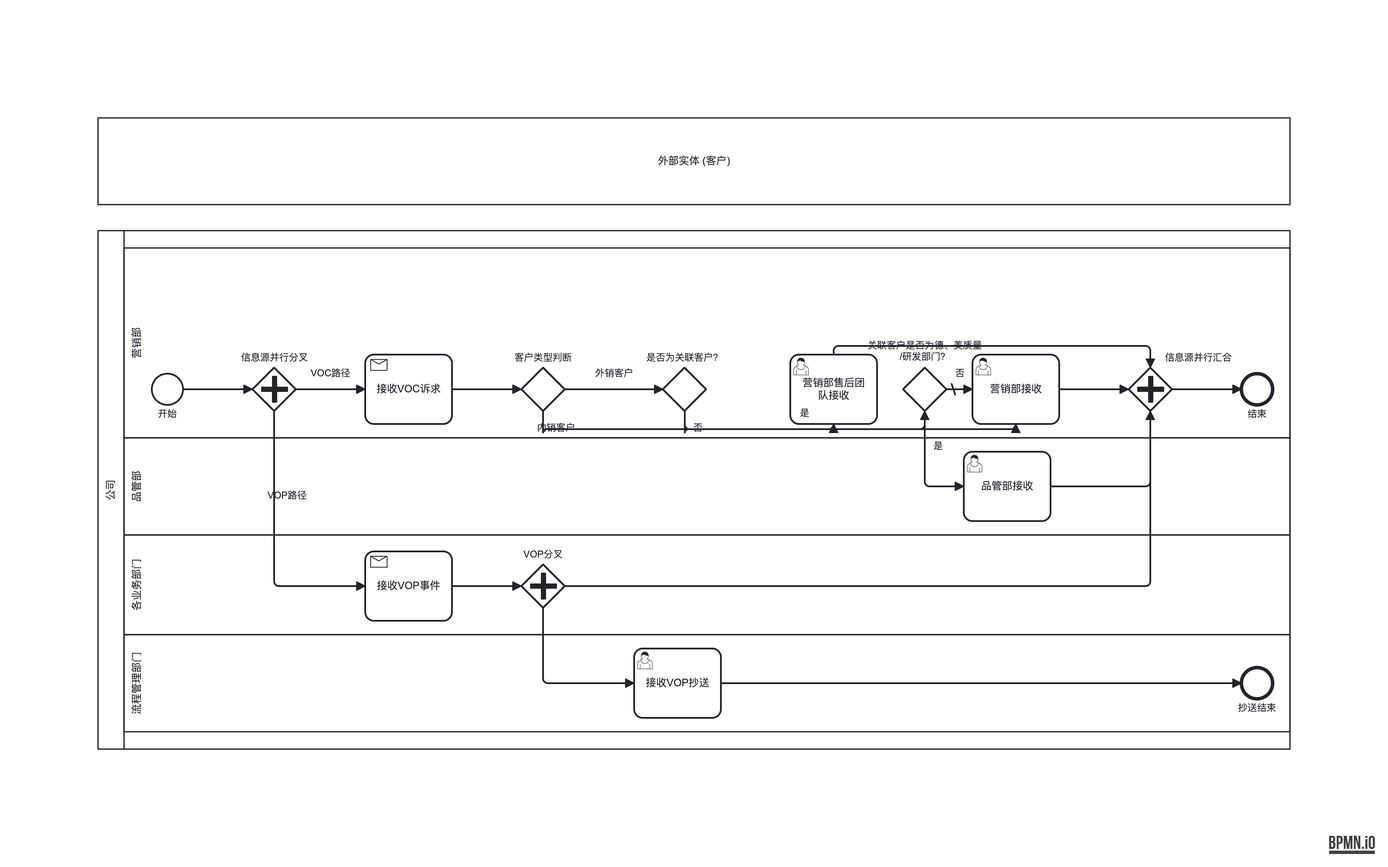
Earlier version of the BPMN export out-bpmn-png/36-voc-vop-capture-process.png (LcpMarvel/tramito-layout). Its source is kept beside it as out-xml/36-voc-vop-capture-process.bpmn. Ids are renumbered.
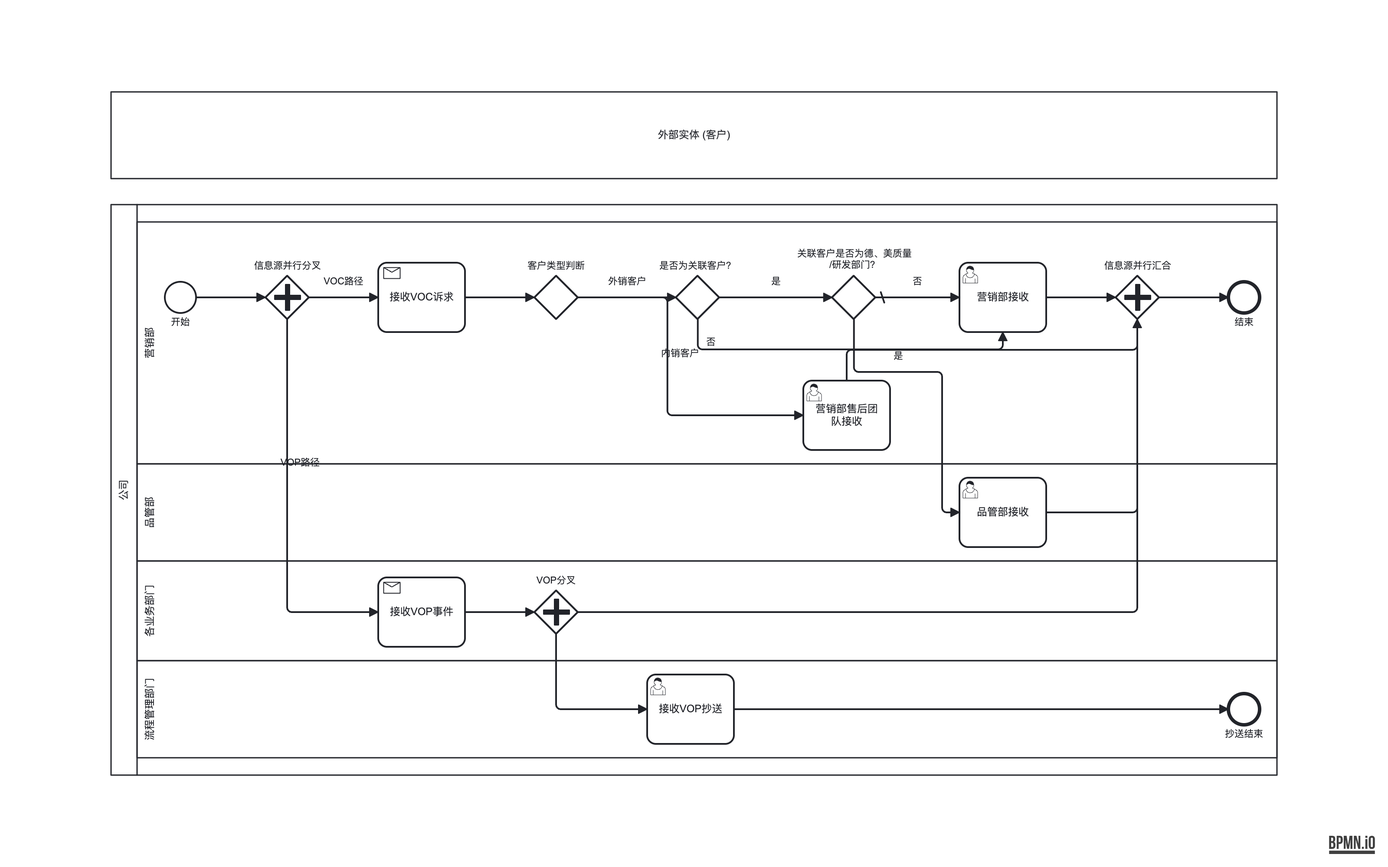
The same file after the commit.

The edit, as a diff of the source:
```diff
@@ -128,184 +128,183 @@
   <bpmndi:BPMNDiagram id="BPMNDiagram_definitions_d158aff1-1f2d-4617-b1e6-3646a07e52ee" name="BPMNDiagram">
     <bpmndi:BPMNPlane id="BPMNPlane_definitions_d158aff1-1f2d-4617-b1e6-3646a07e52ee" bpmnElement="collaboration_voc_vop">
       <bpmndi:BPMNShape id="collaboration_voc_vop_di" bpmnElement="collaboration_voc_vop">
-        <dc:Bounds x="0" y="0" width="1374" height="728" />
+        <dc:Bounds x="0" y="0" width="1344" height="788" />
       </bpmndi:BPMNShape>
       <bpmndi:BPMNShape id="pool_external_di" bpmnElement="pool_external" isHorizontal="true">
-        <dc:Bounds x="0" y="0" width="1374" height="100" />
+        <dc:Bounds x="0" y="0" width="1344" height="100" />
       </bpmndi:BPMNShape>
       <bpmndi:BPMNShape id="pool_company_di" bpmnElement="pool_company" isHorizontal="true">
-        <dc:Bounds x="0" y="130" width="1374" height="598" />
+        <dc:Bounds x="0" y="130" width="1344" height="658" />
       </bpmndi:BPMNShape>
       <bpmndi:BPMNShape id="lane_marketing_di" bpmnElement="lane_marketing" isHorizontal="true">
-        <dc:Bounds x="30" y="150" width="1344" height="219" />
+        <dc:Bounds x="30" y="150" width="1314" height="279" />
       </bpmndi:BPMNShape>
       <bpmndi:BPMNShape id="start_1_di" bpmnElement="start_1">
-        <dc:Bounds x="62" y="295" width="36" height="36" />
+        <dc:Bounds x="62" y="219" width="36" height="36" />
         <bpmndi:BPMNLabel>
-          <dc:Bounds x="30" y="335" width="100" height="14" />
+          <dc:Bounds x="30" y="259" width="100" height="14" />
         </bpmndi:BPMNLabel>
       </bpmndi:BPMNShape>
       <bpmndi:BPMNShape id="gateway_parallel_fork_di" bpmnElement="gateway_parallel_fork">
-        <dc:Bounds x="178" y="288" width="50" height="50" />
+        <dc:Bounds x="178" y="212" width="50" height="50" />
         <bpmndi:BPMNLabel>
-          <dc:Bounds x="154" y="270" width="98" height="14" />
+          <dc:Bounds x="154" y="194" width="98" height="14" />
         </bpmndi:BPMNLabel>
       </bpmndi:BPMNShape>
       <bpmndi:BPMNShape id="task_receive_voc_di" bpmnElement="task_receive_voc">
-        <dc:Bounds x="308" y="273" width="100" height="80" />
+        <dc:Bounds x="308" y="197" width="100" height="80" />
       </bpmndi:BPMNShape>
       <bpmndi:BPMNShape id="gateway_customer_type_di" bpmnElement="gateway_customer_type">
-        <dc:Bounds x="488" y="288" width="50" height="50" />
+        <dc:Bounds x="488" y="212" width="50" height="50" />
         <bpmndi:BPMNLabel>
-          <dc:Bounds x="471" y="270" width="84" height="14" />
+          <dc:Bounds x="471" y="194" width="84" height="14" />
         </bpmndi:BPMNLabel>
       </bpmndi:BPMNShape>
       <bpmndi:BPMNShape id="gateway_related_di" bpmnElement="gateway_related">
-        <dc:Bounds x="651.3333333333334" y="288" width="50" height="50" />
+        <dc:Bounds x="651.3333333333334" y="212" width="50" height="50" />
         <bpmndi:BPMNLabel>
-          <dc:Bounds x="620.3333333333334" y="270" width="112" height="14" />
+          <dc:Bounds x="620.3333333333334" y="194" width="112" height="14" />
         </bpmndi:BPMNLabel>
       </bpmndi:BPMNShape>
       <bpmndi:BPMNShape id="gateway_department_di" bpmnElement="gateway_department">
-        <dc:Bounds x="928" y="288" width="50" height="50" />
+        <dc:Bounds x="831.3333333333334" y="212" width="50" height="50" />
         <bpmndi:BPMNLabel>
-          <dc:Bounds x="878" y="256" width="150" height="28" />
+          <dc:Bounds x="781.3333333333334" y="180" width="150" height="28" />
         </bpmndi:BPMNLabel>
       </bpmndi:BPMNShape>
       <bpmndi:BPMNShape id="task_marketing_after_sales_di" bpmnElement="task_marketing_after_sales">
-        <dc:Bounds x="798" y="273" width="100" height="80" />
+        <dc:Bounds x="798" y="333" width="100" height="80" />
       </bpmndi:BPMNShape>
       <bpmndi:BPMNShape id="task_marketing_receive_di" bpmnElement="task_marketing_receive">
-        <dc:Bounds x="1008" y="273" width="100" height="80" />
+        <dc:Bounds x="978" y="197" width="100" height="80" />
       </bpmndi:BPMNShape>
       <bpmndi:BPMNShape id="gateway_parallel_join_di" bpmnElement="gateway_parallel_join">
-        <dc:Bounds x="1188" y="288" width="50" height="50" />
+        <dc:Bounds x="1158" y="212" width="50" height="50" />
         <bpmndi:BPMNLabel>
-          <dc:Bounds x="1219" y="270" width="98" height="14" />
+          <dc:Bounds x="1134" y="194" width="98" height="14" />
         </bpmndi:BPMNLabel>
       </bpmndi:BPMNShape>
       <bpmndi:BPMNShape id="end_1_di" bpmnElement="end_1">
-        <dc:Bounds x="1318" y="295" width="36" height="36" />
+        <dc:Bounds x="1288" y="219" width="36" height="36" />
         <bpmndi:BPMNLabel>
-          <dc:Bounds x="1286" y="335" width="100" height="14" />
+          <dc:Bounds x="1256" y="259" width="100" height="14" />
         </bpmndi:BPMNLabel>
       </bpmndi:BPMNShape>
       <bpmndi:BPMNShape id="lane_quality_di" bpmnElement="lane_quality" isHorizontal="true">
-        <dc:Bounds x="30" y="369" width="1344" height="112" />
+        <dc:Bounds x="30" y="429" width="1314" height="112" />
       </bpmndi:BPMNShape>
       <bpmndi:BPMNShape id="task_quality_receive_di" bpmnElement="task_quality_receive">
-        <dc:Bounds x="998" y="385" width="100" height="80" />
+        <dc:Bounds x="978" y="445" width="100" height="80" />
       </bpmndi:BPMNShape>
       <bpmndi:BPMNShape id="lane_business_depts_di" bpmnElement="lane_business_depts" isHorizontal="true">
-        <dc:Bounds x="30" y="481" width="1344" height="115" />
+        <dc:Bounds x="30" y="541" width="1314" height="115" />
       </bpmndi:BPMNShape>
       <bpmndi:BPMNShape id="task_receive_vop_di" bpmnElement="task_receive_vop">
-        <dc:Bounds x="308" y="500" width="100" height="80" />
+        <dc:Bounds x="308" y="560" width="100" height="80" />
       </bpmndi:BPMNShape>
       <bpmndi:BPMNShape id="gateway_vop_fork_di" bpmnElement="gateway_vop_fork">
-        <dc:Bounds x="488" y="515" width="50" height="50" />
+        <dc:Bounds x="488" y="575" width="50" height="50" />
         <bpmndi:BPMNLabel>
-          <dc:Bounds x="488.5" y="497" width="49" height="14" />
+          <dc:Bounds x="488.5" y="557" width="49" height="14" />
         </bpmndi:BPMNLabel>
       </bpmndi:BPMNShape>
       <bpmndi:BPMNShape id="lane_process_mgmt_di" bpmnElement="lane_process_mgmt" isHorizontal="true">
-        <dc:Bounds x="30" y="596" width="1344" height="112" />
+        <dc:Bounds x="30" y="656" width="1314" height="112" />
       </bpmndi:BPMNShape>
       <bpmndi:BPMNShape id="task_vop_copy_di" bpmnElement="task_vop_copy">
-        <dc:Bounds x="618" y="612" width="100" height="80" />
+        <dc:Bounds x="618" y="672" width="100" height="80" />
       </bpmndi:BPMNShape>
       <bpmndi:BPMNShape id="end_vop_copy_di" bpmnElement="end_vop_copy">
-        <dc:Bounds x="1318" y="634" width="36" height="36" />
+        <dc:Bounds x="1288" y="694" width="36" height="36" />
         <bpmndi:BPMNLabel>
-          <dc:Bounds x="1286" y="674" width="100" height="14" />
+          <dc:Bounds x="1256" y="734" width="100" height="14" />
         </bpmndi:BPMNLabel>
       </bpmndi:BPMNShape>
       <bpmndi:BPMNEdge id="flow_start_to_fork_di" bpmnElement="flow_start_to_fork">
-        <di:waypoint x="98" y="313" />
-        <di:waypoint x="178" y="313" />
+        <di:waypoint x="98" y="237" />
+        <di:waypoint x="178" y="237" />
       </bpmndi:BPMNEdge>
       <bpmndi:BPMNEdge id="flow_fork_to_voc_di" bpmnElement="flow_fork_to_voc">
-        <di:waypoint x="228" y="313" />
-        <di:waypoint x="308" y="313" />
+        <di:waypoint x="228" y="237" />
+        <di:waypoint x="308" y="237" />
       </bpmndi:BPMNEdge>
       <bpmndi:BPMNEdge id="flow_fork_to_vop_di" bpmnElement="flow_fork_to_vop">
-        <di:waypoint x="203" y="338" />
-        <di:waypoint x="203" y="540" />
-        <di:waypoint x="308" y="540" />
+        <di:waypoint x="203" y="262" />
+        <di:waypoint x="203" y="600" />
+        <di:waypoint x="308" y="600" />
       </bpmndi:BPMNEdge>
       <bpmndi:BPMNEdge id="flow_voc_to_customer_type_di" bpmnElement="flow_voc_to_customer_type">
-        <di:waypoint x="408" y="313" />
-        <di:waypoint x="488" y="313" />
+        <di:waypoint x="408" y="237" />
+        <di:waypoint x="488" y="237" />
       </bpmndi:BPMNEdge>
       <bpmndi:BPMNEdge id="flow_customer_type_to_export_di" bpmnElement="flow_customer_type_to_export">
-        <di:waypoint x="538" y="313" />
-        <di:waypoint x="651.3333333333334" y="313" />
+        <di:waypoint x="538" y="237" />
+        <di:waypoint x="651.3333333333334" y="237" />
       </bpmndi:BPMNEdge>
       <bpmndi:BPMNEdge id="flow_customer_type_to_internal_di" bpmnElement="flow_customer_type_to_internal">
-        <di:waypoint x="513" y="338" />
-        <di:waypoint x="513" y="363" />
-        <di:waypoint x="513" y="359" />
-        <di:waypoint x="848" y="359" />
-        <di:waypoint x="848" y="353" />
+        <di:waypoint x="538" y="237" />
+        <di:waypoint x="641.3333333333334" y="237" />
+        <di:waypoint x="641.3333333333334" y="373" />
+        <di:waypoint x="798" y="373" />
       </bpmndi:BPMNEdge>
       <bpmndi:BPMNEdge id="flow_related_to_yes_di" bpmnElement="flow_related_to_yes">
-        <di:waypoint x="676.3333333333334" y="338" />
-        <di:waypoint x="676.3333333333334" y="359" />
-        <di:waypoint x="953" y="359" />
-        <di:waypoint x="953" y="338" />
+        <di:waypoint x="701.3333333333334" y="237" />
+        <di:waypoint x="831.3333333333334" y="237" />
       </bpmndi:BPMNEdge>
       <bpmndi:BPMNEdge id="flow_related_to_no_di" bpmnElement="flow_related_to_no">
-        <di:waypoint x="676.3333333333334" y="338" />
-        <di:waypoint x="676.3333333333334" y="363" />
-        <di:waypoint x="676.3333333333334" y="359" />
-        <di:waypoint x="1058" y="359" />
-        <di:waypoint x="1058" y="353" />
+        <di:waypoint x="676.3333333333334" y="262" />
+        <di:waypoint x="676.3333333333334" y="287" />
+        <di:waypoint x="676.3333333333334" y="297" />
+        <di:waypoint x="1028" y="297" />
+        <di:waypoint x="1028" y="277" />
       </bpmndi:BPMNEdge>
       <bpmndi:BPMNEdge id="flow_department_to_yes_di" bpmnElement="flow_department_to_yes">
-        <di:waypoint x="953" y="338" />
-        <di:waypoint x="953" y="425" />
-        <di:waypoint x="998" y="425" />
+        <di:waypoint x="856.3333333333334" y="262" />
+        <di:waypoint x="856.3333333333334" y="323" />
+        <di:waypoint x="958" y="323" />
+        <di:waypoint x="958" y="485" />
+        <di:waypoint x="978" y="485" />
       </bpmndi:BPMNEdge>
       <bpmndi:BPMNEdge id="flow_department_no_di" bpmnElement="flow_department_no">
-        <di:waypoint x="978" y="313" />
-        <di:waypoint x="1008" y="313" />
+        <di:waypoint x="881.3333333333334" y="237" />
+        <di:waypoint x="978" y="237" />
       </bpmndi:BPMNEdge>
       <bpmndi:BPMNEdge id="flow_internal_to_join_di" bpmnElement="flow_internal_to_join">
-        <di:waypoint x="848" y="273" />
-        <di:waypoint x="848" y="263" />
-        <di:waypoint x="1213" y="263" />
-        <di:waypoint x="1213" y="288" />
+        <di:waypoint x="848" y="333" />
+        <di:waypoint x="848" y="297.5" />
+        <di:waypoint x="1183" y="297.5" />
+        <di:waypoint x="1183" y="262" />
       </bpmndi:BPMNEdge>
       <bpmndi:BPMNEdge id="flow_marketing_to_join_di" bpmnElement="flow_marketing_to_join">
-        <di:waypoint x="1108" y="313" />
-        <di:waypoint x="1188" y="313" />
+        <di:waypoint x="1078" y="237" />
+        <di:waypoint x="1158" y="237" />
       </bpmndi:BPMNEdge>
       <bpmndi:BPMNEdge id="flow_quality_to_join_di" bpmnElement="flow_quality_to_join">
-        <di:waypoint x="1098" y="425" />
-        <di:waypoint x="1213" y="425" />
-        <di:waypoint x="1213" y="338" />
+        <di:waypoint x="1078" y="485" />
+        <di:waypoint x="1183" y="485" />
+        <di:waypoint x="1183" y="262" />
       </bpmndi:BPMNEdge>
       <bpmndi:BPMNEdge id="flow_vop_to_fork_di" bpmnElement="flow_vop_to_fork">
-        <di:waypoint x="408" y="540" />
-        <di:waypoint x="488" y="540" />
+        <di:waypoint x="408" y="600" />
+        <di:waypoint x="488" y="600" />
       </bpmndi:BPMNEdge>
       <bpmndi:BPMNEdge id="flow_fork_to_join_di" bpmnElement="flow_fork_to_join">
-        <di:waypoint x="538" y="540" />
-        <di:waypoint x="1213" y="540" />
-        <di:waypoint x="1213" y="338" />
+        <di:waypoint x="538" y="600" />
+        <di:waypoint x="1183" y="600" />
+        <di:waypoint x="1183" y="262" />
       </bpmndi:BPMNEdge>
       <bpmndi:BPMNEdge id="flow_fork_to_copy_di" bpmnElement="flow_fork_to_copy">
-        <di:waypoint x="513" y="565" />
-        <di:waypoint x="513" y="652" />
-        <di:waypoint x="618" y="652" />
+        <di:waypoint x="513" y="625" />
+        <di:waypoint x="513" y="712" />
+        <di:waypoint x="618" y="712" />
       </bpmndi:BPMNEdge>
       <bpmndi:BPMNEdge id="flow_copy_to_end_di" bpmnElement="flow_copy_to_end">
-        <di:waypoint x="718" y="652" />
-        <di:waypoint x="1318" y="652" />
+        <di:waypoint x="718" y="712" />
+        <di:waypoint x="1288" y="712" />
       </bpmndi:BPMNEdge>
       <bpmndi:BPMNEdge id="flow_join_to_end_di" bpmnElement="flow_join_to_end">
-        <di:waypoint x="1238" y="313" />
-        <di:waypoint x="1318" y="313" />
+        <di:waypoint x="1208" y="237" />
+        <di:waypoint x="1288" y="237" />
       </bpmndi:BPMNEdge>
     </bpmndi:BPMNPlane>
   </bpmndi:BPMNDiagram>
```
